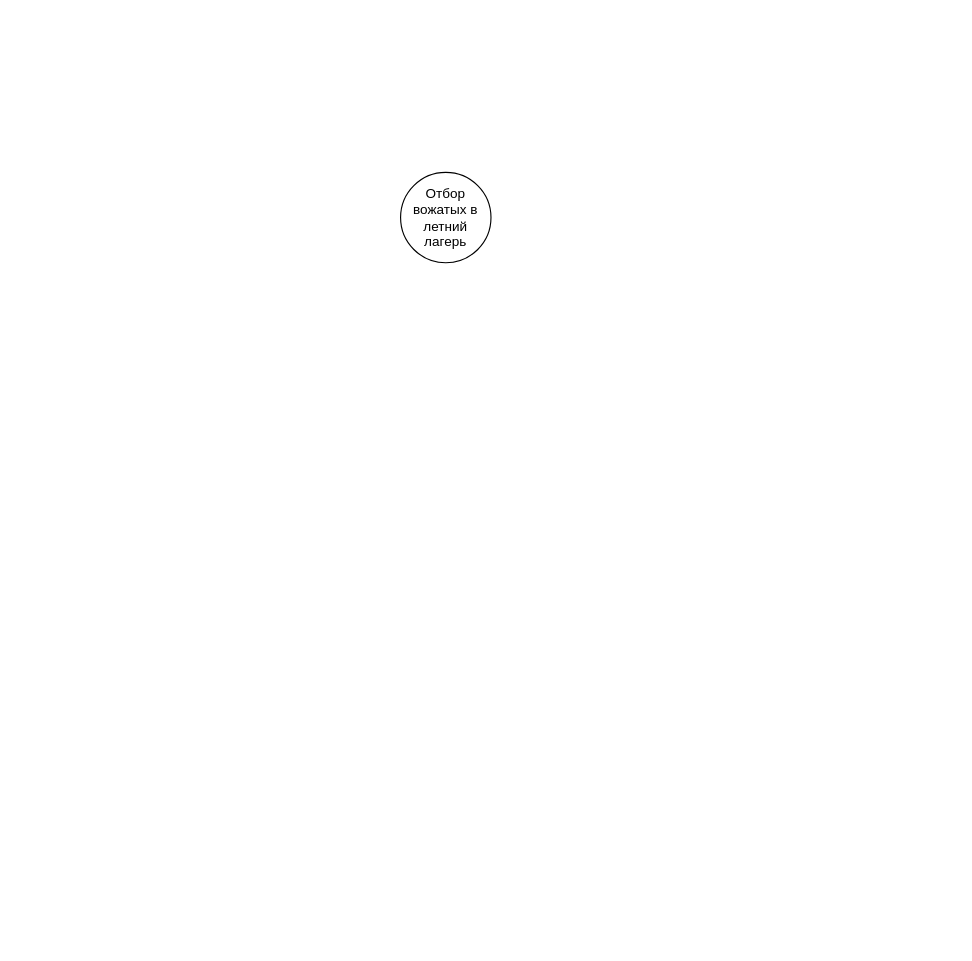
The draw.io diagram mbp23.drawio in danaddi/draw.io, before the edit. Source tidied: cells renumbered, new cells numbered last; positions are measured from the earlier drawing's top-left corner, leaving out a move shared by most shapes. Both pictures are drawn from the tidied source at 113%, with x=0, y=0 at pixel (400, 172).
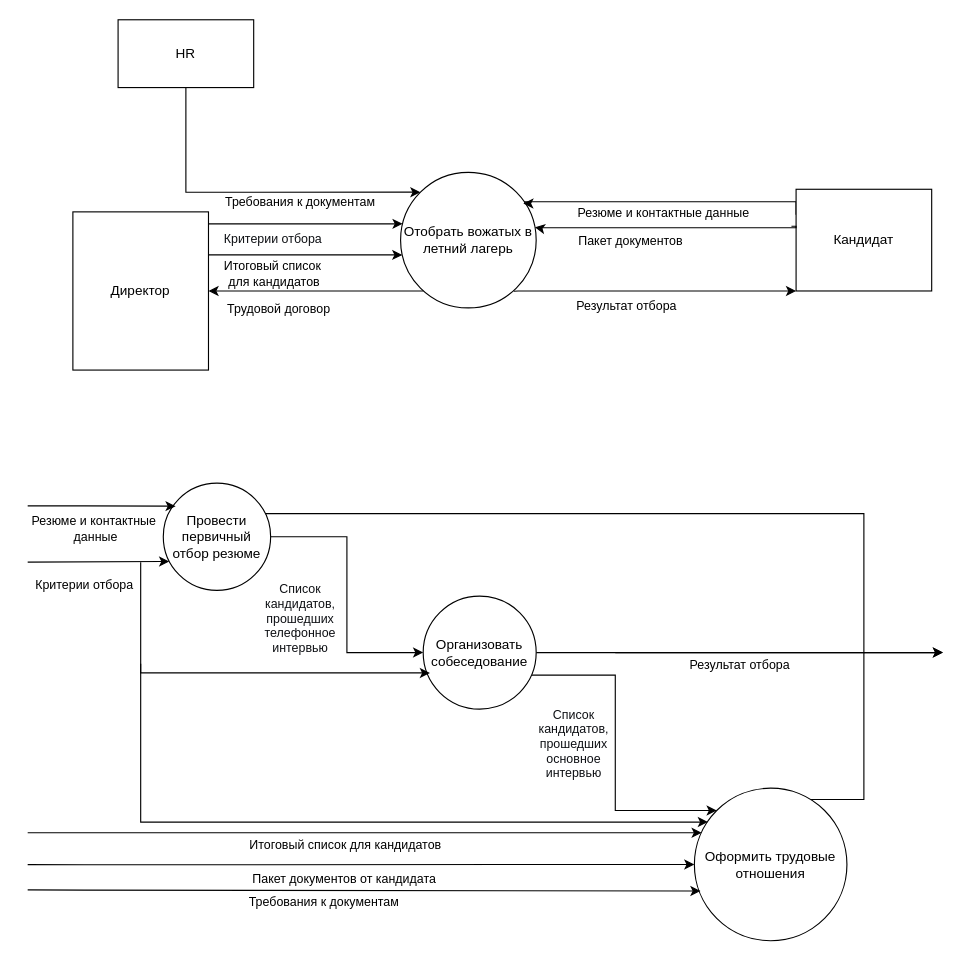
Above is the later version.

What changed in the source:
```diff
@@
+    <mxCell id="3" style="edgeStyle=orthogonalEdgeStyle;rounded=0;jettySize=auto;html=1;entryX=1;entryY=0.5;entryDx=0;entryDy=0;" parent="1" edge="1" source="2" target="13">
+      <mxGeometry relative="1" as="geometry">
+        <Array as="points">
+          <mxPoint x="-40" y="105" />
+          <mxPoint x="-40" y="105" />
+        </Array>
+      </mxGeometry>
+    </mxCell>
+    <mxCell id="4" value="Трудовой договор" style="edgeLabel;html=1;align=center;verticalAlign=middle;" parent="3" vertex="1">
+      <mxGeometry x="0.37" y="1" relative="1" as="geometry">
+        <mxPoint x="1" y="14" as="offset" />
+      </mxGeometry>
+    </mxCell>
-    <mxCell id="2" value="Отбор вожатых в летний лагерь" style="ellipse;whiteSpace=wrap;html=1;" parent="1" vertex="1">
-      <mxGeometry width="80" height="80" as="geometry" />
+    <mxCell id="2" value="Отобрать вожатых в летний лагерь" style="ellipse;whiteSpace=wrap;html=1;" parent="1" vertex="1">
+      <mxGeometry width="120" height="120" as="geometry" />
     </mxCell>
+    <mxCell id="5" style="edgeStyle=orthogonalEdgeStyle;rounded=0;jettySize=auto;html=1;startArrow=classic;startFill=1;endArrow=none;endFill=0;entryX=0.835;entryY=0.877;entryDx=0;entryDy=0;entryPerimeter=0;exitX=0;exitY=1;exitDx=0;exitDy=0;" parent="1" edge="1" source="17" target="2">
+      <mxGeometry relative="1" as="geometry">
+        <Array as="points">
+          <mxPoint x="104" y="105" />
+        </Array>
+      </mxGeometry>
+    </mxCell>
+    <mxCell id="6" value="Результат отбора" style="edgeLabel;align=left;verticalAlign=middle;" parent="5" vertex="1">
+      <mxGeometry x="-0.24" y="4" relative="1" as="geometry">
+        <mxPoint x="-101" y="8" as="offset" />
+      </mxGeometry>
+    </mxCell>
+    <mxCell id="7" style="edgeStyle=orthogonalEdgeStyle;rounded=0;jettySize=auto;html=1;entryX=0;entryY=0;entryDx=0;entryDy=0;exitX=0.5;exitY=1;exitDx=0;exitDy=0;" parent="1" edge="1" source="9" target="2">
+      <mxGeometry relative="1" as="geometry">
+        <Array as="points">
+          <mxPoint x="-190" y="17" />
+        </Array>
+      </mxGeometry>
+    </mxCell>
+    <mxCell id="8" value="Требования к документам" style="edgeLabel;html=1;align=center;verticalAlign=middle;" parent="7" vertex="1">
+      <mxGeometry x="-0.3" y="4" relative="1" as="geometry">
+        <mxPoint x="88" y="12" as="offset" />
+      </mxGeometry>
+    </mxCell>
+    <mxCell id="9" value="HR" style="rounded=0;whiteSpace=wrap;html=1;" parent="1" vertex="1">
+      <mxGeometry x="-250" y="-135" width="120" height="60" as="geometry" />
+    </mxCell>
+    <mxCell id="10" style="edgeStyle=orthogonalEdgeStyle;rounded=0;jettySize=auto;html=1;entryX=0.015;entryY=0.38;entryDx=0;entryDy=0;entryPerimeter=0;" parent="1" edge="1" source="13" target="2">
+      <mxGeometry relative="1" as="geometry">
+        <Array as="points">
+          <mxPoint x="-90" y="45" />
+        </Array>
+      </mxGeometry>
+    </mxCell>
+    <mxCell id="11" style="edgeStyle=orthogonalEdgeStyle;rounded=0;jettySize=auto;html=1;entryX=0.013;entryY=0.609;entryDx=0;entryDy=0;entryPerimeter=0;" parent="1" edge="1" source="13" target="2">
+      <mxGeometry relative="1" as="geometry">
+        <Array as="points">
+          <mxPoint x="-130" y="73" />
+          <mxPoint x="-130" y="73" />
+        </Array>
+      </mxGeometry>
+    </mxCell>
+    <mxCell id="12" value="Итоговый список&amp;nbsp;&lt;div&gt;для кандидатов&lt;/div&gt;" style="edgeLabel;html=1;align=center;verticalAlign=middle;" parent="11" vertex="1">
+      <mxGeometry x="-0.37" relative="1" as="geometry">
+        <mxPoint x="4" y="16" as="offset" />
+      </mxGeometry>
+    </mxCell>
+    <mxCell id="13" value="Директор" style="rounded=0;whiteSpace=wrap;html=1;" parent="1" vertex="1">
+      <mxGeometry x="-290" y="35" width="120" height="140" as="geometry" />
+    </mxCell>
+    <mxCell id="14" value="&lt;span style=&quot;color: rgb(15, 17, 21); font-style: normal; font-variant-ligatures: normal; font-variant-caps: normal; font-weight: 400; letter-spacing: normal; orphans: 2; text-align: start; text-indent: 0px; text-transform: none; widows: 2; word-spacing: 0px; -webkit-text-stroke-width: 0px; white-space: normal; background-color: rgb(255, 255, 255); text-decoration-thickness: initial; text-decoration-style: initial; text-decoration-color: initial; float: none; display: inline !important;&quot;&gt;&lt;font style=&quot;font-size: 11px;&quot; face=&quot;Helvetica&quot;&gt;Критерии отбора&lt;/font&gt;&lt;/span&gt;" style="text;whiteSpace=wrap;html=1;" parent="1" vertex="1">
+      <mxGeometry x="-158" y="45" width="110" height="30" as="geometry" />
+    </mxCell>
+    <mxCell id="15" style="edgeStyle=orthogonalEdgeStyle;rounded=0;jettySize=auto;html=1;entryX=0.905;entryY=0.229;entryDx=0;entryDy=0;entryPerimeter=0;exitX=0;exitY=0.25;exitDx=0;exitDy=0;" parent="1" edge="1" source="17" target="2">
+      <mxGeometry relative="1" as="geometry">
+        <Array as="points">
+          <mxPoint x="350" y="26" />
+          <mxPoint x="110" y="26" />
+          <mxPoint x="110" y="28" />
+        </Array>
+      </mxGeometry>
+    </mxCell>
+    <mxCell id="16" value="Резюме и контактные данные" style="edgeLabel;align=center;verticalAlign=middle;" parent="15" vertex="1">
+      <mxGeometry x="-0.13" y="-3" relative="1" as="geometry">
+        <mxPoint x="-18" y="12" as="offset" />
+      </mxGeometry>
+    </mxCell>
+    <mxCell id="17" value="Кандидат" style="rounded=0;whiteSpace=wrap;html=1;" parent="1" vertex="1">
+      <mxGeometry x="350" y="15" width="120" height="90" as="geometry" />
+    </mxCell>
+    <mxCell id="18" style="edgeStyle=orthogonalEdgeStyle;rounded=0;jettySize=auto;html=1;" parent="1" edge="1" source="22">
+      <mxGeometry relative="1" as="geometry">
+        <mxPoint x="480" y="425" as="targetPoint" />
+      </mxGeometry>
+    </mxCell>
+    <mxCell id="19" value="Результат отбора" style="edgeLabel;html=1;align=center;verticalAlign=middle;" parent="18" vertex="1">
+      <mxGeometry x="0.01" y="-4" relative="1" as="geometry">
+        <mxPoint x="-2" y="6" as="offset" />
+      </mxGeometry>
+    </mxCell>
+    <mxCell id="20" style="edgeStyle=orthogonalEdgeStyle;rounded=0;jettySize=auto;html=1;entryX=0;entryY=0;entryDx=0;entryDy=0;" parent="1" edge="1" source="22" target="24">
+      <mxGeometry relative="1" as="geometry">
+        <Array as="points">
+          <mxPoint x="190" y="445" />
+          <mxPoint x="190" y="565" />
+        </Array>
+      </mxGeometry>
+    </mxCell>
+    <mxCell id="21" value="&lt;span style=&quot;color: rgb(15, 17, 21); text-align: start; text-wrap-mode: wrap;&quot;&gt;Список кандидатов, прошедших основное интервью&lt;/span&gt;" style="edgeLabel;html=1;align=center;verticalAlign=middle;" parent="20" vertex="1">
+      <mxGeometry x="-0.66" y="1" relative="1" as="geometry">
+        <mxPoint x="-11" y="61" as="offset" />
+      </mxGeometry>
+    </mxCell>
+    <mxCell id="22" value="Организовать собеседование" style="ellipse;whiteSpace=wrap;html=1;" parent="1" vertex="1">
+      <mxGeometry x="20" y="375" width="100" height="100" as="geometry" />
+    </mxCell>
+    <mxCell id="23" style="edgeStyle=orthogonalEdgeStyle;rounded=0;jettySize=auto;html=1;" parent="1" edge="1" source="24">
+      <mxGeometry relative="1" as="geometry">
+        <mxPoint x="480" y="425" as="targetPoint" />
+        <Array as="points">
+          <mxPoint x="410" y="555" />
+          <mxPoint x="410" y="425" />
+        </Array>
+      </mxGeometry>
+    </mxCell>
+    <mxCell id="24" value="Оформить трудовые отношения" style="ellipse;whiteSpace=wrap;html=1;" parent="1" vertex="1">
+      <mxGeometry x="260" y="545" width="135" height="135" as="geometry" />
+    </mxCell>
+    <mxCell id="25" style="edgeStyle=orthogonalEdgeStyle;rounded=0;jettySize=auto;html=1;entryX=0;entryY=0.5;entryDx=0;entryDy=0;" parent="1" edge="1" source="27" target="22">
+      <mxGeometry relative="1" as="geometry" />
+    </mxCell>
+    <mxCell id="26" value="&lt;span style=&quot;color: rgb(15, 17, 21); text-align: start; text-wrap-mode: wrap;&quot;&gt;&lt;font face=&quot;Helvetica&quot; style=&quot;&quot;&gt;Список кандидатов, прошедших телефонное интервью&lt;/font&gt;&lt;/span&gt;" style="edgeLabel;html=1;align=center;verticalAlign=middle;" parent="25" vertex="1">
+      <mxGeometry x="-0.6" y="-2" relative="1" as="geometry">
+        <mxPoint x="-23" y="70" as="offset" />
+      </mxGeometry>
+    </mxCell>
+    <mxCell id="27" value="Провести первичный отбор резюме" style="ellipse;whiteSpace=wrap;html=1;" parent="1" vertex="1">
+      <mxGeometry x="-210" y="275" width="95" height="95" as="geometry" />
+    </mxCell>
+    <mxCell id="28" style="endArrow=classic;html=1;rounded=0;entryX=0.115;entryY=0.215;entryDx=0;entryDy=0;entryPerimeter=0;" parent="1" edge="1" target="27">
+      <mxGeometry relative="1" as="geometry">
+        <mxPoint x="-330" y="295.2" as="sourcePoint" />
+        <Array as="points">
+          <mxPoint x="-280" y="295.2" />
+        </Array>
+      </mxGeometry>
+    </mxCell>
+    <mxCell id="29" value="Резюме и контактные&amp;nbsp;&lt;div&gt;данные&lt;/div&gt;" style="edgeLabel;html=1;align=center;verticalAlign=middle;" parent="28" vertex="1">
+      <mxGeometry x="-0.17" relative="1" as="geometry">
+        <mxPoint x="6" y="20" as="offset" />
+      </mxGeometry>
+    </mxCell>
+    <mxCell id="30" style="endArrow=classic;html=1;rounded=0;entryX=0.055;entryY=0.73;entryDx=0;entryDy=0;entryPerimeter=0;" parent="1" edge="1" target="27">
+      <mxGeometry relative="1" as="geometry">
+        <mxPoint x="-330" y="345" as="sourcePoint" />
+      </mxGeometry>
+    </mxCell>
+    <mxCell id="31" value="Критерии отбора" style="edgeLabel;html=1;align=center;verticalAlign=middle;" parent="30" vertex="1">
+      <mxGeometry x="-0.17" relative="1" as="geometry">
+        <mxPoint x="-2" y="20" as="offset" />
+      </mxGeometry>
+    </mxCell>
+    <mxCell id="32" style="endArrow=classic;html=1;rounded=0;entryX=0.06;entryY=0.68;entryDx=0;entryDy=0;entryPerimeter=0;edgeStyle=orthogonalEdgeStyle;" parent="1" edge="1" target="22">
+      <mxGeometry relative="1" as="geometry">
+        <mxPoint x="-230" y="345" as="sourcePoint" />
+        <Array as="points">
+          <mxPoint x="-230" y="443" />
+        </Array>
+      </mxGeometry>
+    </mxCell>
+    <mxCell id="33" style="endArrow=none;html=1;rounded=0;edgeStyle=orthogonalEdgeStyle;endFill=0;" parent="1" edge="1">
+      <mxGeometry relative="1" as="geometry">
+        <mxPoint x="-120" y="302" as="sourcePoint" />
+        <mxPoint x="190" y="425" as="targetPoint" />
+        <Array as="points">
+          <mxPoint x="410" y="302" />
+          <mxPoint x="410" y="425" />
+        </Array>
+      </mxGeometry>
+    </mxCell>
+    <mxCell id="34" style="endArrow=classic;html=1;rounded=0;edgeStyle=orthogonalEdgeStyle;" parent="1" edge="1">
+      <mxGeometry relative="1" as="geometry">
+        <mxPoint x="-230" y="435" as="sourcePoint" />
+        <mxPoint x="272" y="575" as="targetPoint" />
+        <Array as="points">
+          <mxPoint x="-230" y="575" />
+          <mxPoint x="272" y="575" />
+        </Array>
+      </mxGeometry>
+    </mxCell>
+    <mxCell id="35" style="endArrow=classic;html=1;rounded=0;entryX=0.04;entryY=0.674;entryDx=0;entryDy=0;entryPerimeter=0;" parent="1" edge="1" target="24">
+      <mxGeometry relative="1" as="geometry">
+        <mxPoint x="-330" y="635" as="sourcePoint" />
+        <Array as="points">
+          <mxPoint x="-280" y="635.2" />
+        </Array>
+      </mxGeometry>
+    </mxCell>
+    <mxCell id="36" value="Требования к документам" style="edgeLabel;html=1;align=center;verticalAlign=middle;" parent="35" vertex="1">
+      <mxGeometry x="-0.17" relative="1" as="geometry">
+        <mxPoint x="15" y="10" as="offset" />
+      </mxGeometry>
+    </mxCell>
+    <mxCell id="37" style="endArrow=classic;html=1;rounded=0;entryX=0;entryY=0.5;entryDx=0;entryDy=0;" parent="1" edge="1" target="24">
+      <mxGeometry relative="1" as="geometry">
+        <mxPoint x="-330" y="612.6" as="sourcePoint" />
+        <Array as="points">
+          <mxPoint x="-280" y="612.8" />
+        </Array>
+      </mxGeometry>
+    </mxCell>
+    <mxCell id="38" value="Пакет документов от кандидата" style="edgeLabel;align=center;verticalAlign=middle;" parent="37" vertex="1">
+      <mxGeometry x="-0.17" relative="1" as="geometry">
+        <mxPoint x="35" y="12" as="offset" />
+      </mxGeometry>
+    </mxCell>
+    <mxCell id="39" style="edgeStyle=orthogonalEdgeStyle;rounded=0;jettySize=auto;html=1;entryX=0.048;entryY=0.292;entryDx=0;entryDy=0;entryPerimeter=0;" parent="1" edge="1" target="24">
+      <mxGeometry relative="1" as="geometry">
+        <mxPoint x="-330" y="585" as="sourcePoint" />
+        <Array as="points">
+          <mxPoint x="267" y="584" />
+        </Array>
+      </mxGeometry>
+    </mxCell>
+    <mxCell id="40" value="Итоговый список для кандидатов" style="edgeLabel;html=1;align=center;verticalAlign=middle;" parent="39" vertex="1">
+      <mxGeometry x="-0.37" relative="1" as="geometry">
+        <mxPoint x="93" y="10" as="offset" />
+      </mxGeometry>
+    </mxCell>
+    <mxCell id="41" style="edgeStyle=orthogonalEdgeStyle;rounded=0;jettySize=auto;html=1;entryX=0.99;entryY=0.405;entryDx=0;entryDy=0;entryPerimeter=0;exitX=-0.001;exitY=0.61;exitDx=0;exitDy=0;exitPerimeter=0;" parent="1" edge="1" target="2">
+      <mxGeometry relative="1" as="geometry">
+        <mxPoint x="345.9" y="47.7" as="sourcePoint" />
+        <Array as="points">
+          <mxPoint x="350" y="48" />
+          <mxPoint x="350" y="49" />
+          <mxPoint x="121" y="49" />
+        </Array>
+      </mxGeometry>
+    </mxCell>
+    <mxCell id="42" value="Пакет документов" style="edgeLabel;align=center;verticalAlign=middle;" parent="41" vertex="1">
+      <mxGeometry x="-0.13" y="-3" relative="1" as="geometry">
+        <mxPoint x="-49" y="14" as="offset" />
+      </mxGeometry>
+    </mxCell>
```
